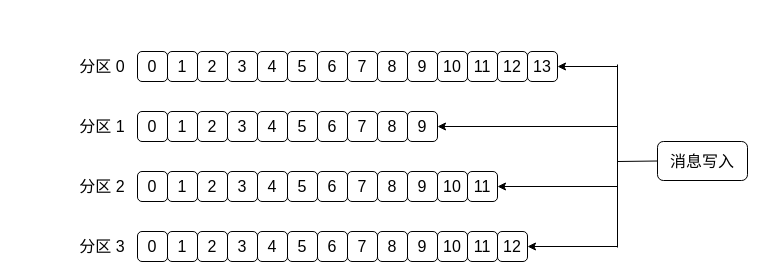
This is images/kafka_05.drawio from lanzhiwang/strimzi-0.18.0, a draw.io file, before an edit. Source tidied: cells renumbered, new cells numbered last; positions are measured from the earlier drawing's top-left corner, leaving out a move shared by most shapes. Both pictures are drawn from the tidied source at 100%, with x=0, y=0 at pixel (77, 51).
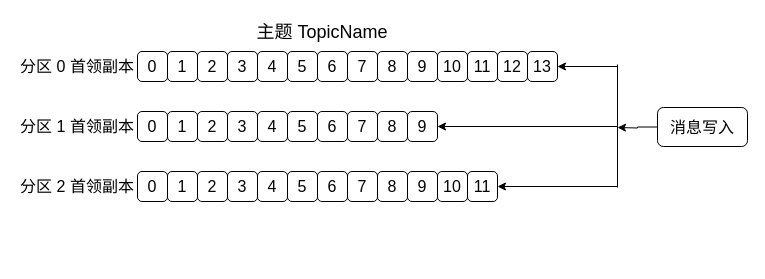
After the change.

Change to the diagram source:
```diff
@@
-    <mxCell id="38" value="&lt;font style=&quot;font-size: 16px&quot;&gt;0&lt;/font&gt;" style="rounded=1;whiteSpace=wrap;html=1;" parent="1" vertex="1">
-      <mxGeometry x="60" y="180" width="30" height="30" as="geometry" />
-    </mxCell>
-    <mxCell id="39" value="&lt;font style=&quot;font-size: 16px&quot;&gt;1&lt;/font&gt;" style="rounded=1;whiteSpace=wrap;html=1;" parent="1" vertex="1">
-      <mxGeometry x="90" y="180" width="30" height="30" as="geometry" />
-    </mxCell>
-    <mxCell id="40" value="&lt;font style=&quot;font-size: 16px&quot;&gt;2&lt;/font&gt;" style="rounded=1;whiteSpace=wrap;html=1;" parent="1" vertex="1">
-      <mxGeometry x="120" y="180" width="30" height="30" as="geometry" />
-    </mxCell>
-    <mxCell id="41" value="&lt;font style=&quot;font-size: 16px&quot;&gt;5&lt;/font&gt;" style="rounded=1;whiteSpace=wrap;html=1;" parent="1" vertex="1">
-      <mxGeometry x="210" y="180" width="30" height="30" as="geometry" />
-    </mxCell>
-    <mxCell id="42" value="&lt;font style=&quot;font-size: 16px&quot;&gt;4&lt;/font&gt;" style="rounded=1;whiteSpace=wrap;html=1;" parent="1" vertex="1">
-      <mxGeometry x="180" y="180" width="30" height="30" as="geometry" />
-    </mxCell>
-    <mxCell id="43" value="&lt;font style=&quot;font-size: 16px&quot;&gt;3&lt;/font&gt;" style="rounded=1;whiteSpace=wrap;html=1;" parent="1" vertex="1">
-      <mxGeometry x="150" y="180" width="30" height="30" as="geometry" />
-    </mxCell>
-    <mxCell id="44" value="&lt;font style=&quot;font-size: 16px&quot;&gt;6&lt;/font&gt;" style="rounded=1;whiteSpace=wrap;html=1;" parent="1" vertex="1">
-      <mxGeometry x="240" y="180" width="30" height="30" as="geometry" />
-    </mxCell>
-    <mxCell id="45" value="&lt;font style=&quot;font-size: 16px&quot;&gt;7&lt;/font&gt;" style="rounded=1;whiteSpace=wrap;html=1;" parent="1" vertex="1">
-      <mxGeometry x="270" y="180" width="30" height="30" as="geometry" />
-    </mxCell>
-    <mxCell id="46" value="&lt;font style=&quot;font-size: 16px&quot;&gt;8&lt;/font&gt;" style="rounded=1;whiteSpace=wrap;html=1;" parent="1" vertex="1">
-      <mxGeometry x="300" y="180" width="30" height="30" as="geometry" />
-    </mxCell>
-    <mxCell id="47" value="&lt;font style=&quot;font-size: 16px&quot;&gt;11&lt;/font&gt;" style="rounded=1;whiteSpace=wrap;html=1;" parent="1" vertex="1">
-      <mxGeometry x="390" y="180" width="30" height="30" as="geometry" />
-    </mxCell>
-    <mxCell id="48" value="&lt;font style=&quot;font-size: 16px&quot;&gt;10&lt;/font&gt;" style="rounded=1;whiteSpace=wrap;html=1;" parent="1" vertex="1">
-      <mxGeometry x="360" y="180" width="30" height="30" as="geometry" />
-    </mxCell>
-    <mxCell id="49" value="&lt;font style=&quot;font-size: 16px&quot;&gt;9&lt;/font&gt;" style="rounded=1;whiteSpace=wrap;html=1;" parent="1" vertex="1">
-      <mxGeometry x="330" y="180" width="30" height="30" as="geometry" />
-    </mxCell>
-    <mxCell id="50" value="&lt;font style=&quot;font-size: 16px&quot;&gt;12&lt;/font&gt;" style="rounded=1;whiteSpace=wrap;html=1;" parent="1" vertex="1">
-      <mxGeometry x="420" y="180" width="30" height="30" as="geometry" />
-    </mxCell>
-    <mxCell id="51" value="&lt;font style=&quot;font-size: 16px&quot;&gt;分区 0&lt;/font&gt;" style="text;html=1;strokeColor=none;fillColor=none;align=center;verticalAlign=middle;whiteSpace=wrap;rounded=0;" parent="1" vertex="1">
-      <mxGeometry width="50" height="30" as="geometry" />
+    <mxCell id="51" value="&lt;font style=&quot;font-size: 16px&quot;&gt;分区 0 首领副本&lt;/font&gt;" style="text;html=1;strokeColor=none;fillColor=none;align=center;verticalAlign=middle;whiteSpace=wrap;rounded=0;" parent="1" vertex="1">
+      <mxGeometry x="-60" width="120" height="30" as="geometry" />
     </mxCell>
-    <mxCell id="52" value="&lt;font style=&quot;font-size: 16px&quot;&gt;分区 1&lt;/font&gt;" style="text;html=1;strokeColor=none;fillColor=none;align=center;verticalAlign=middle;whiteSpace=wrap;rounded=0;" parent="1" vertex="1">
-      <mxGeometry y="60" width="50" height="30" as="geometry" />
-    </mxCell>
-    <mxCell id="53" value="&lt;font style=&quot;font-size: 16px&quot;&gt;分区 2&lt;/font&gt;" style="text;html=1;strokeColor=none;fillColor=none;align=center;verticalAlign=middle;whiteSpace=wrap;rounded=0;" parent="1" vertex="1">
-      <mxGeometry y="120" width="50" height="30" as="geometry" />
-    </mxCell>
-    <mxCell id="54" value="&lt;font style=&quot;font-size: 16px&quot;&gt;分区 3&lt;/font&gt;" style="text;html=1;strokeColor=none;fillColor=none;align=center;verticalAlign=middle;whiteSpace=wrap;rounded=0;" parent="1" vertex="1">
-      <mxGeometry y="180" width="50" height="30" as="geometry" />
-    </mxCell>
+    <mxCell id="62" style="edgeStyle=orthogonalEdgeStyle;rounded=0;jettySize=auto;html=1;exitX=0;exitY=0.5;exitDx=0;exitDy=0;" parent="1" edge="1" source="55">
+      <mxGeometry relative="1" as="geometry">
+        <mxPoint x="540" y="76" as="targetPoint" />
+      </mxGeometry>
+    </mxCell>
     <mxCell id="55" value="&lt;font style=&quot;font-size: 16px&quot;&gt;消息写入&lt;/font&gt;" style="rounded=1;whiteSpace=wrap;html=1;" parent="1" vertex="1">
-      <mxGeometry x="580" y="90" width="90" height="39" as="geometry" />
+      <mxGeometry x="580" y="56" width="90" height="39" as="geometry" />
     </mxCell>
@@
-    <mxCell id="59" style="endArrow=classic;html=1;entryX=1;entryY=0.5;entryDx=0;entryDy=0;" parent="1" edge="1" target="50">
-      <mxGeometry relative="1" as="geometry">
-        <mxPoint x="540" y="195" as="sourcePoint" />
-      </mxGeometry>
-    </mxCell>
     <mxCell id="60" style="endArrow=none;html=1;" parent="1" edge="1">
       <mxGeometry relative="1" as="geometry">
-        <mxPoint x="540" y="196" as="sourcePoint" />
+        <mxPoint x="540" y="136" as="sourcePoint" />
         <mxPoint x="540" y="13" as="targetPoint" />
       </mxGeometry>
     </mxCell>
-    <mxCell id="61" style="endArrow=none;html=1;entryX=0;entryY=0.5;entryDx=0;entryDy=0;" parent="1" edge="1" target="55">
-      <mxGeometry relative="1" as="geometry">
-        <mxPoint x="540" y="110" as="sourcePoint" />
-      </mxGeometry>
-    </mxCell>
+    <mxCell id="63" value="&lt;font style=&quot;font-size: 18px&quot;&gt;主题 TopicName&lt;/font&gt;" style="text;html=1;strokeColor=none;fillColor=none;align=center;verticalAlign=middle;whiteSpace=wrap;rounded=0;" parent="1" vertex="1">
+      <mxGeometry x="170" y="-34" width="150" height="30" as="geometry" />
+    </mxCell>
+    <mxCell id="64" value="&lt;font style=&quot;font-size: 16px&quot;&gt;分区 1 首领副本&lt;/font&gt;" style="text;html=1;strokeColor=none;fillColor=none;align=center;verticalAlign=middle;whiteSpace=wrap;rounded=0;" parent="1" vertex="1">
+      <mxGeometry x="-60" y="60" width="120" height="30" as="geometry" />
+    </mxCell>
+    <mxCell id="65" value="&lt;font style=&quot;font-size: 16px&quot;&gt;分区 2 首领副本&lt;/font&gt;" style="text;html=1;strokeColor=none;fillColor=none;align=center;verticalAlign=middle;whiteSpace=wrap;rounded=0;" parent="1" vertex="1">
+      <mxGeometry x="-60" y="120" width="120" height="30" as="geometry" />
+    </mxCell>
```
